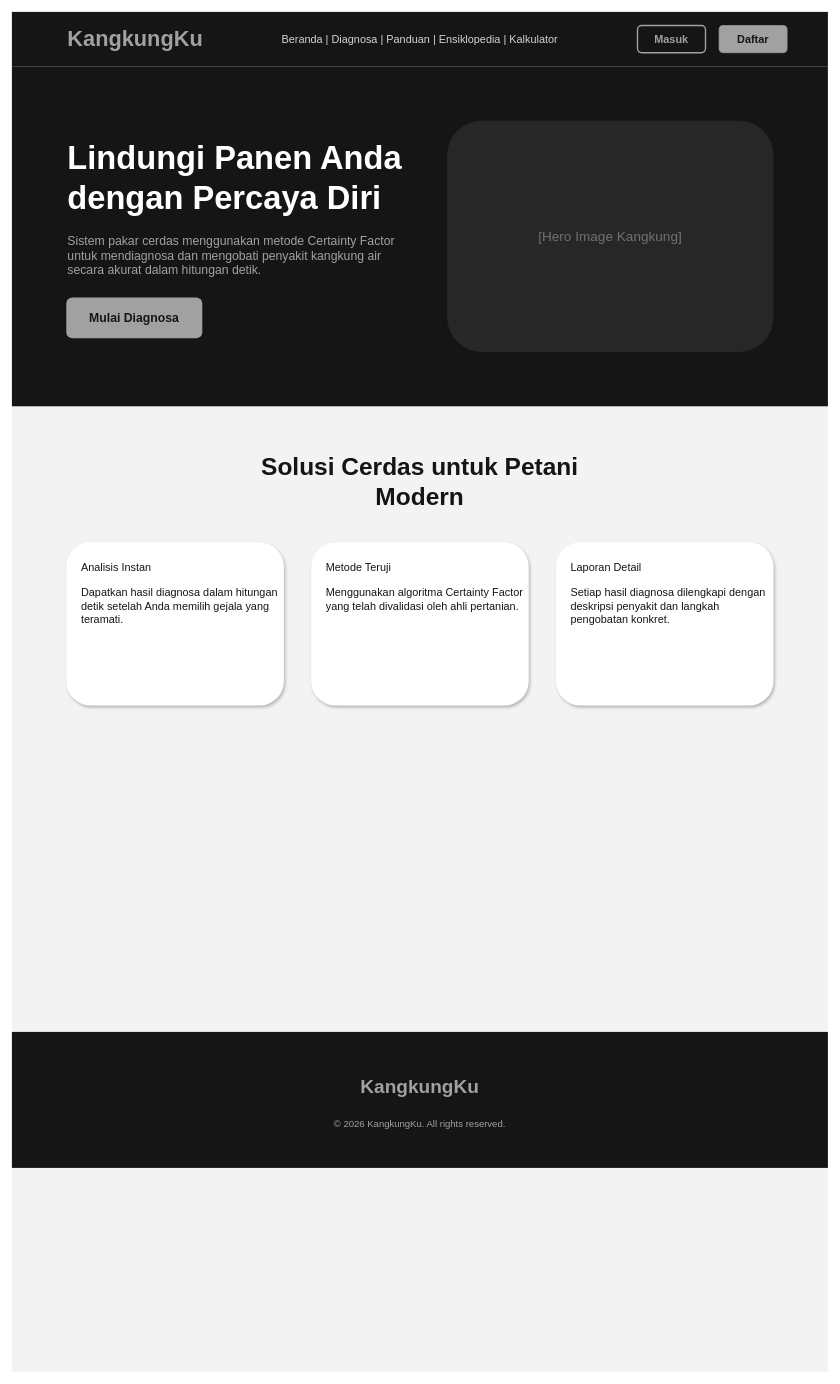
This is diagram/desain_backup/home.drawio from RajaSunrise/kangkungku, a draw.io file, before an edit. Source tidied: cells renumbered, new cells numbered last; positions are measured from the earlier drawing's top-left corner, leaving out a move shared by most shapes. Both pictures are drawn from the tidied source at 68%, with x=0, y=0 at pixel (12, 12).
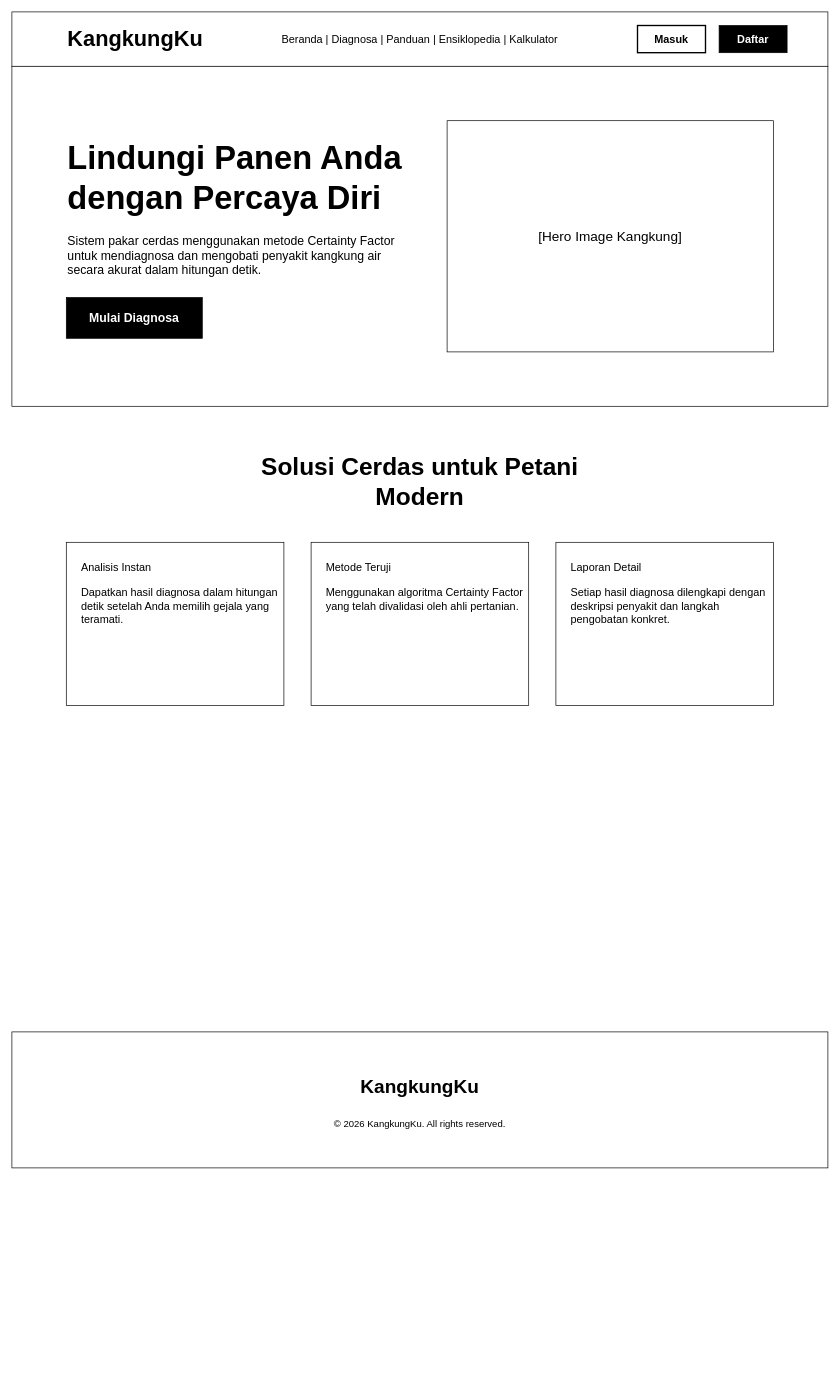
Above is the later version.

The edit, as a diff of the source:
```diff
@@
 <mxGraphModel>
   <root>
     <mxCell id="0" />
     <mxCell id="1" parent="0" />
-    <mxCell id="2" style="rounded=0;whiteSpace=wrap;html=1;fillColor=#F3F3F3;strokeColor=none;" parent="1" vertex="1">
+    <mxCell id="2" style="rounded=0;whiteSpace=wrap;html=1;fillColor=#FFFFFF;strokeColor=none;" parent="1" vertex="1">
       <mxGeometry width="1200" height="2000" as="geometry" />
     </mxCell>
-    <mxCell id="3" style="rounded=0;whiteSpace=wrap;html=1;fillColor=#151515;strokeColor=none;" parent="1" vertex="1">
+    <mxCell id="3" style="rounded=0;whiteSpace=wrap;html=1;fillColor=#FFFFFF;strokeColor=#000000;" parent="1" vertex="1">
       <mxGeometry width="1200" height="80" as="geometry" />
     </mxCell>
-    <mxCell id="4" value="KangkungKu" style="text;html=1;strokeColor=none;fillColor=none;align=left;verticalAlign=middle;whiteSpace=wrap;rounded=0;fontColor=#A1A1A1;fontSize=32;fontStyle=1;fontFamily=Space Grotesk;" parent="1" vertex="1">
+    <mxCell id="4" value="KangkungKu" style="text;html=1;strokeColor=none;fillColor=none;align=left;verticalAlign=middle;whiteSpace=wrap;rounded=0;fontColor=#000000;fontSize=32;fontStyle=1;fontFamily=Space Grotesk;" parent="1" vertex="1">
       <mxGeometry x="80" y="20" width="200" height="40" as="geometry" />
     </mxCell>
-    <mxCell id="5" value="Beranda | Diagnosa | Panduan | Ensiklopedia | Kalkulator" style="text;html=1;strokeColor=none;fillColor=none;align=center;verticalAlign=middle;whiteSpace=wrap;rounded=0;fontColor=#D4D4D4;fontSize=16;fontFamily=Space Grotesk;" parent="1" vertex="1">
+    <mxCell id="5" value="Beranda | Diagnosa | Panduan | Ensiklopedia | Kalkulator" style="text;html=1;strokeColor=none;fillColor=none;align=center;verticalAlign=middle;whiteSpace=wrap;rounded=0;fontColor=#000000;fontSize=16;fontFamily=Space Grotesk;" parent="1" vertex="1">
       <mxGeometry x="300" y="20" width="600" height="40" as="geometry" />
     </mxCell>
-    <mxCell id="6" value="Masuk" style="rounded=1;whiteSpace=wrap;html=1;fillColor=none;strokeColor=#A1A1A1;strokeWidth=2;fontColor=#A1A1A1;fontStyle=1;fontSize=16;fontFamily=Space Grotesk;" parent="1" vertex="1">
+    <mxCell id="6" value="Masuk" style="rounded=0;whiteSpace=wrap;html=1;fillColor=none;strokeColor=#000000;strokeWidth=2;fontColor=#000000;fontStyle=1;fontSize=16;fontFamily=Space Grotesk;" parent="1" vertex="1">
       <mxGeometry x="920" y="20" width="100" height="40" as="geometry" />
     </mxCell>
-    <mxCell id="7" value="Daftar" style="rounded=1;whiteSpace=wrap;html=1;fillColor=#A1A1A1;strokeColor=#A1A1A1;fontColor=#151515;fontStyle=1;fontSize=16;fontFamily=Space Grotesk;" parent="1" vertex="1">
+    <mxCell id="7" value="Daftar" style="rounded=0;whiteSpace=wrap;html=1;fillColor=#000000;strokeColor=#000000;fontColor=#FFFFFF;fontStyle=1;fontSize=16;fontFamily=Space Grotesk;" parent="1" vertex="1">
       <mxGeometry x="1040" y="20" width="100" height="40" as="geometry" />
     </mxCell>
-    <mxCell id="8" style="rounded=0;whiteSpace=wrap;html=1;fillColor=#151515;strokeColor=none;" parent="1" vertex="1">
+    <mxCell id="8" style="rounded=0;whiteSpace=wrap;html=1;fillColor=#FFFFFF;strokeColor=#000000;" parent="1" vertex="1">
       <mxGeometry y="80" width="1200" height="500" as="geometry" />
     </mxCell>
-    <mxCell id="9" value="Lindungi Panen Anda dengan Percaya Diri" style="text;html=1;strokeColor=none;fillColor=none;align=left;verticalAlign=top;whiteSpace=wrap;rounded=0;fontColor=#FFFFFF;fontSize=48;fontStyle=1;fontFamily=Space Grotesk;" parent="1" vertex="1">
+    <mxCell id="9" value="Lindungi Panen Anda dengan Percaya Diri" style="text;html=1;strokeColor=none;fillColor=none;align=left;verticalAlign=top;whiteSpace=wrap;rounded=0;fontColor=#000000;fontSize=48;fontStyle=1;fontFamily=Space Grotesk;" parent="1" vertex="1">
       <mxGeometry x="80" y="180" width="550" height="120" as="geometry" />
     </mxCell>
-    <mxCell id="10" value="Sistem pakar cerdas menggunakan metode Certainty Factor untuk mendiagnosa dan mengobati penyakit kangkung air secara akurat dalam hitungan detik." style="text;html=1;strokeColor=none;fillColor=none;align=left;verticalAlign=top;whiteSpace=wrap;rounded=0;fontColor=#A2A2A2;fontSize=18;fontFamily=Space Grotesk;" parent="1" vertex="1">
+    <mxCell id="10" value="Sistem pakar cerdas menggunakan metode Certainty Factor untuk mendiagnosa dan mengobati penyakit kangkung air secara akurat dalam hitungan detik." style="text;html=1;strokeColor=none;fillColor=none;align=left;verticalAlign=top;whiteSpace=wrap;rounded=0;fontColor=#000000;fontSize=18;fontFamily=Space Grotesk;" parent="1" vertex="1">
       <mxGeometry x="80" y="320" width="500" height="80" as="geometry" />
     </mxCell>
-    <mxCell id="11" value="Mulai Diagnosa" style="rounded=1;whiteSpace=wrap;html=1;fillColor=#A1A1A1;strokeColor=none;fontColor=#151515;fontStyle=1;fontSize=18;fontFamily=Space Grotesk;" parent="1" vertex="1">
+    <mxCell id="11" value="Mulai Diagnosa" style="rounded=0;whiteSpace=wrap;html=1;fillColor=#000000;strokeColor=#000000;fontColor=#FFFFFF;fontStyle=1;fontSize=18;fontFamily=Space Grotesk;" parent="1" vertex="1">
       <mxGeometry x="80" y="420" width="200" height="60" as="geometry" />
     </mxCell>
-    <mxCell id="12" value="[Hero Image Kangkung]" style="rounded=1;whiteSpace=wrap;html=1;fillColor=#272727;strokeColor=none;fontColor=#717171;fontSize=20;fontFamily=Space Grotesk;" parent="1" vertex="1">
+    <mxCell id="12" value="[Hero Image Kangkung]" style="rounded=0;whiteSpace=wrap;html=1;fillColor=#FFFFFF;strokeColor=#000000;fontColor=#000000;fontSize=20;fontFamily=Space Grotesk;" parent="1" vertex="1">
       <mxGeometry x="640" y="160" width="480" height="340" as="geometry" />
     </mxCell>
-    <mxCell id="13" value="Solusi Cerdas untuk Petani Modern" style="text;html=1;strokeColor=none;fillColor=none;align=center;verticalAlign=middle;whiteSpace=wrap;rounded=0;fontColor=#151515;fontSize=36;fontStyle=1;fontFamily=Space Grotesk;" parent="1" vertex="1">
+    <mxCell id="13" value="Solusi Cerdas untuk Petani Modern" style="text;html=1;strokeColor=none;fillColor=none;align=center;verticalAlign=middle;whiteSpace=wrap;rounded=0;fontColor=#000000;fontSize=36;fontStyle=1;fontFamily=Space Grotesk;" parent="1" vertex="1">
       <mxGeometry x="300" y="660" width="600" height="60" as="geometry" />
     </mxCell>
-    <mxCell id="14" value="Analisis Instan&#10;&#10;Dapatkan hasil diagnosa dalam hitungan detik setelah Anda memilih gejala yang teramati." style="rounded=1;whiteSpace=wrap;html=1;fillColor=#FFFFFF;strokeColor=none;shadow=1;fontColor=#151515;fontSize=16;align=left;verticalAlign=top;spacingTop=20;spacingLeft=20;fontFamily=Space Grotesk;" parent="1" vertex="1">
+    <mxCell id="14" value="Analisis Instan&#10;&#10;Dapatkan hasil diagnosa dalam hitungan detik setelah Anda memilih gejala yang teramati." style="rounded=0;whiteSpace=wrap;html=1;fillColor=#FFFFFF;strokeColor=#000000;fontColor=#000000;fontSize=16;align=left;verticalAlign=top;spacingTop=20;spacingLeft=20;fontFamily=Space Grotesk;" parent="1" vertex="1">
       <mxGeometry x="80" y="780" width="320" height="240" as="geometry" />
     </mxCell>
-    <mxCell id="15" value="Metode Teruji&#10;&#10;Menggunakan algoritma Certainty Factor yang telah divalidasi oleh ahli pertanian." style="rounded=1;whiteSpace=wrap;html=1;fillColor=#FFFFFF;strokeColor=none;shadow=1;fontColor=#151515;fontSize=16;align=left;verticalAlign=top;spacingTop=20;spacingLeft=20;fontFamily=Space Grotesk;" parent="1" vertex="1">
+    <mxCell id="15" value="Metode Teruji&#10;&#10;Menggunakan algoritma Certainty Factor yang telah divalidasi oleh ahli pertanian." style="rounded=0;whiteSpace=wrap;html=1;fillColor=#FFFFFF;strokeColor=#000000;fontColor=#000000;fontSize=16;align=left;verticalAlign=top;spacingTop=20;spacingLeft=20;fontFamily=Space Grotesk;" parent="1" vertex="1">
       <mxGeometry x="440" y="780" width="320" height="240" as="geometry" />
     </mxCell>
-    <mxCell id="16" value="Laporan Detail&#10;&#10;Setiap hasil diagnosa dilengkapi dengan deskripsi penyakit dan langkah pengobatan konkret." style="rounded=1;whiteSpace=wrap;html=1;fillColor=#FFFFFF;strokeColor=none;shadow=1;fontColor=#151515;fontSize=16;align=left;verticalAlign=top;spacingTop=20;spacingLeft=20;fontFamily=Space Grotesk;" parent="1" vertex="1">
+    <mxCell id="16" value="Laporan Detail&#10;&#10;Setiap hasil diagnosa dilengkapi dengan deskripsi penyakit dan langkah pengobatan konkret." style="rounded=0;whiteSpace=wrap;html=1;fillColor=#FFFFFF;strokeColor=#000000;fontColor=#000000;fontSize=16;align=left;verticalAlign=top;spacingTop=20;spacingLeft=20;fontFamily=Space Grotesk;" parent="1" vertex="1">
       <mxGeometry x="800" y="780" width="320" height="240" as="geometry" />
     </mxCell>
-    <mxCell id="17" style="rounded=0;whiteSpace=wrap;html=1;fillColor=#151515;strokeColor=none;" parent="1" vertex="1">
+    <mxCell id="17" style="rounded=0;whiteSpace=wrap;html=1;fillColor=#FFFFFF;strokeColor=#000000;" parent="1" vertex="1">
       <mxGeometry y="1500" width="1200" height="200" as="geometry" />
     </mxCell>
-    <mxCell id="18" value="KangkungKu" style="text;html=1;strokeColor=none;fillColor=none;align=center;verticalAlign=middle;whiteSpace=wrap;rounded=0;fontColor=#A1A1A1;fontSize=28;fontStyle=1;fontFamily=Space Grotesk;" parent="1" vertex="1">
+    <mxCell id="18" value="KangkungKu" style="text;html=1;strokeColor=none;fillColor=none;align=center;verticalAlign=middle;whiteSpace=wrap;rounded=0;fontColor=#000000;fontSize=28;fontStyle=1;fontFamily=Space Grotesk;" parent="1" vertex="1">
       <mxGeometry x="500" y="1560" width="200" height="40" as="geometry" />
     </mxCell>
-    <mxCell id="19" value="© 2026 KangkungKu. All rights reserved." style="text;html=1;strokeColor=none;fillColor=none;align=center;verticalAlign=middle;whiteSpace=wrap;rounded=0;fontColor=#A2A2A2;fontSize=14;fontFamily=Space Grotesk;" parent="1" vertex="1">
+    <mxCell id="19" value="© 2026 KangkungKu. All rights reserved." style="text;html=1;strokeColor=none;fillColor=none;align=center;verticalAlign=middle;whiteSpace=wrap;rounded=0;fontColor=#000000;fontSize=14;fontFamily=Space Grotesk;" parent="1" vertex="1">
       <mxGeometry x="450" y="1620" width="300" height="30" as="geometry" />
     </mxCell>
   </root>
 </mxGraphModel>
```
